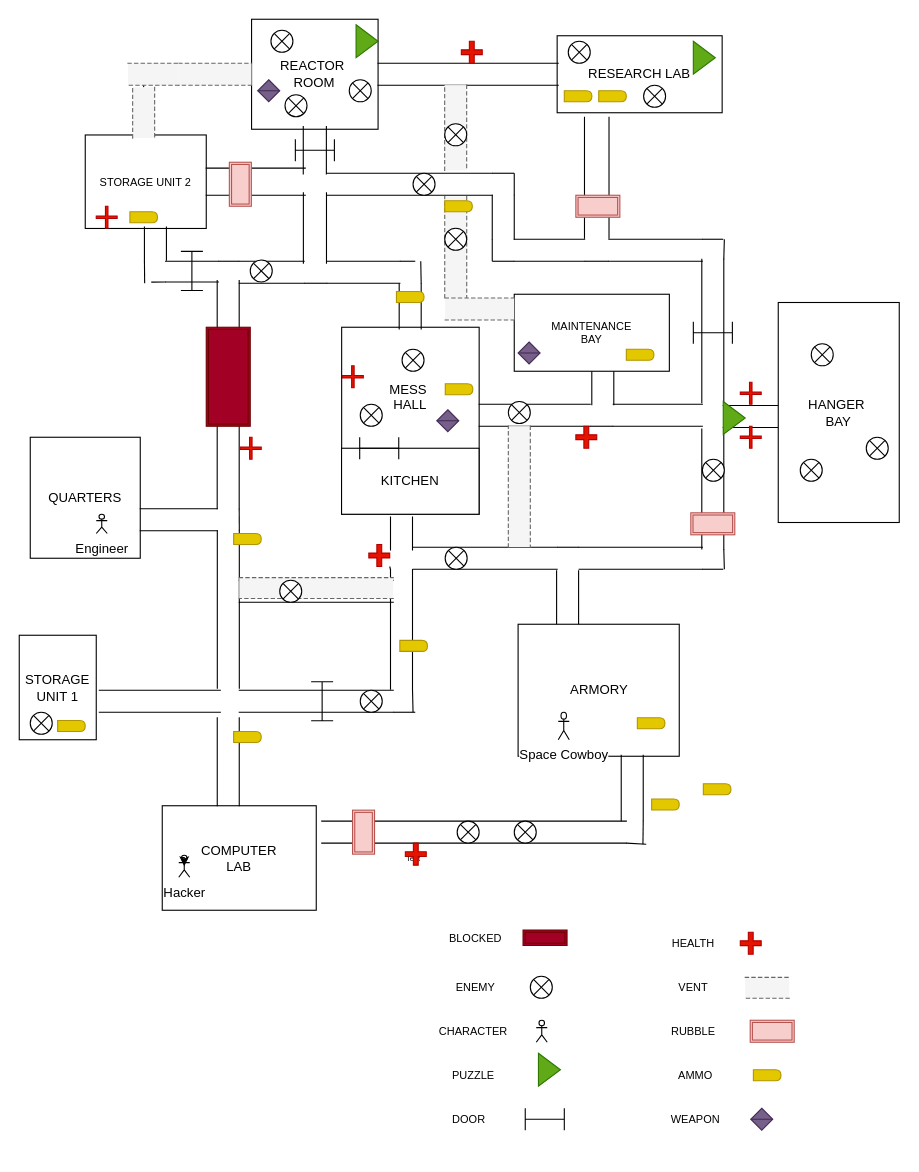
The draw.io diagram CrawlSpacemap.drawio in SlOneRPC/CSC1030WebGroupProject, before the edit. Source tidied: cells renumbered, new cells numbered last; positions are measured from the earlier drawing's top-left corner, leaving out a move shared by most shapes. Both pictures are drawn from the tidied source at 110%, with x=0, y=0 at pixel (19, 19).
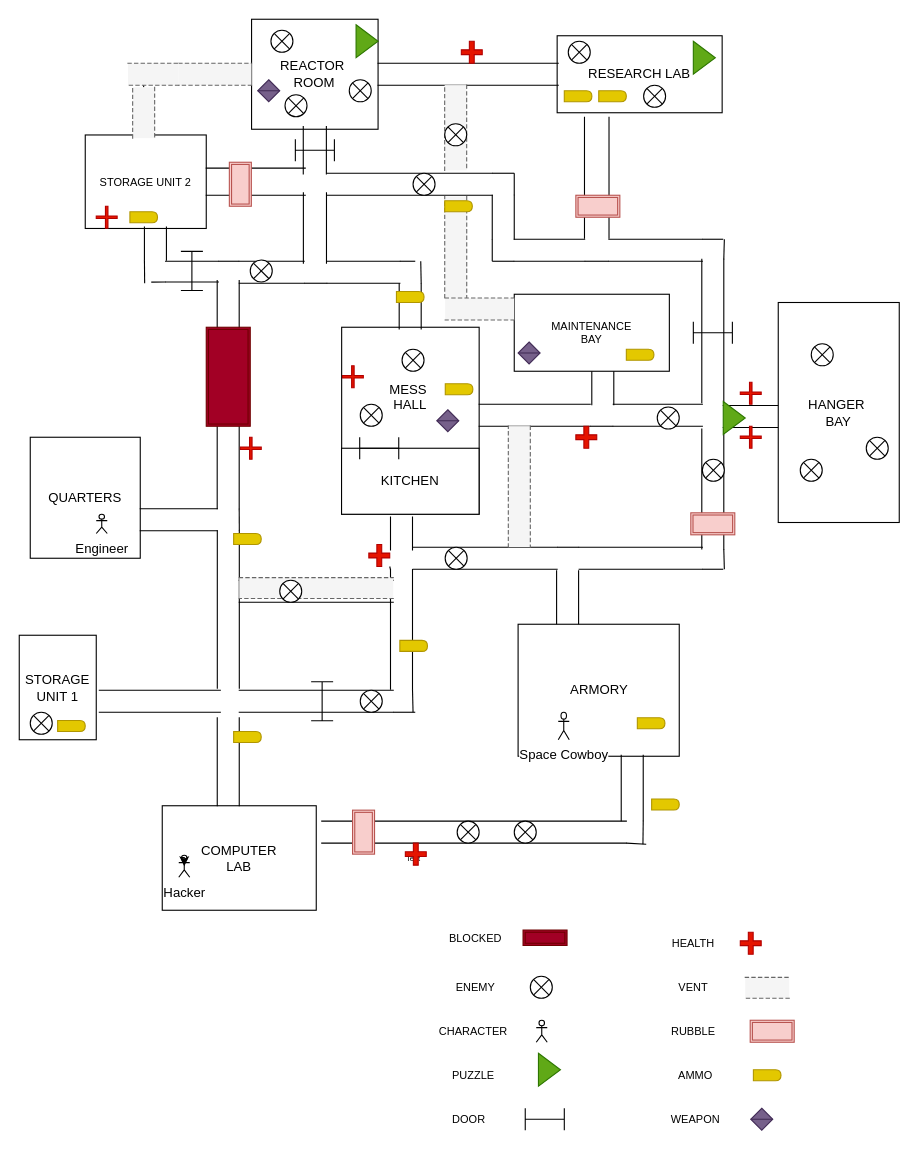
Above is the later version.

Diff of the diagram source:
```diff
@@
-    <mxCell id="93" style="shape=sumEllipse;perimeter=ellipsePerimeter;whiteSpace=wrap;html=1;backgroundOutline=1;gradientColor=none;fontSize=7;" parent="1" vertex="1">
-      <mxGeometry x="386.8" y="190" width="20" height="20" as="geometry" />
-    </mxCell>
@@
     <mxCell id="105" style="shape=sumEllipse;perimeter=ellipsePerimeter;whiteSpace=wrap;html=1;backgroundOutline=1;gradientColor=none;fontSize=7;" parent="1" vertex="1">
-      <mxGeometry x="444.6" y="347.5" width="20" height="20" as="geometry" />
+      <mxGeometry x="580" y="352.5" width="20" height="20" as="geometry" />
     </mxCell>
@@
-    <mxCell id="161" style="shape=delay;whiteSpace=wrap;html=1;fontSize=7;fillColor=#e3c800;strokeColor=#B09500;fontColor=#ffffff;" parent="1" vertex="1">
-      <mxGeometry x="621.9" y="695" width="25.1" height="10" as="geometry" />
-    </mxCell>
```
